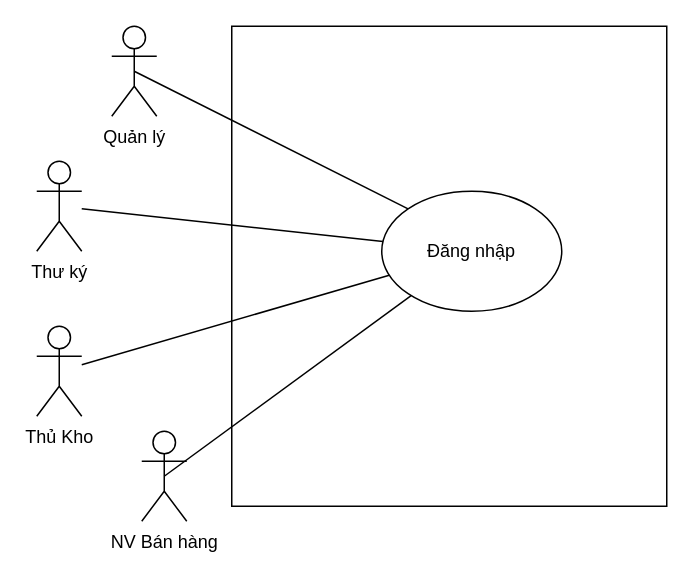
Above: Diagram/UseCase/DangNhap.drawio in TccKaiCi/PTTK_CuaHangGiay (draw.io), before the change. Source tidied: cells renumbered, new cells numbered last; positions are measured from the earlier drawing's top-left corner, leaving out a move shared by most shapes. Both pictures are drawn from the tidied source at 150%, with x=0, y=0 at pixel (36, 26).
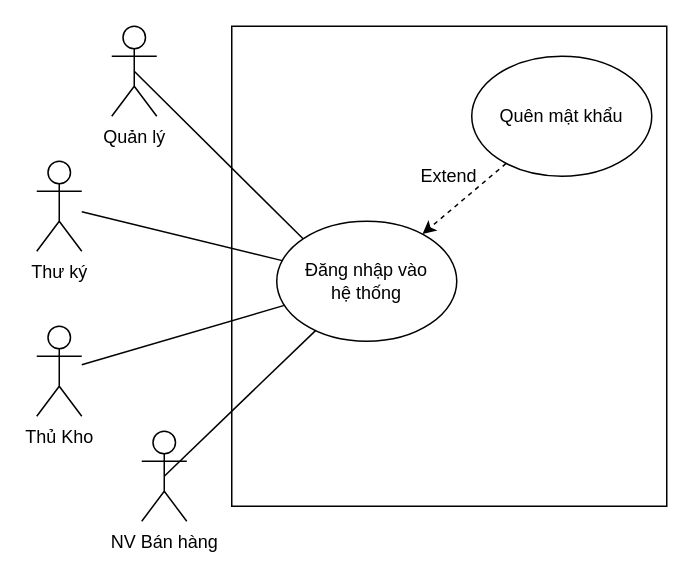
The same diagram, later.

Change to the diagram source:
```diff
@@
 <mxGraphModel>
   <root>
     <mxCell id="0" />
     <mxCell id="1" parent="0" />
     <mxCell id="2" style="rounded=0;whiteSpace=wrap;html=1;fillColor=none;" parent="1" vertex="1">
       <mxGeometry x="130" width="290" height="320" as="geometry" />
     </mxCell>
     <mxCell id="3" value="Quản lý" style="shape=umlActor;verticalLabelPosition=bottom;verticalAlign=top;html=1;outlineConnect=0;" parent="1" vertex="1">
       <mxGeometry x="50" width="30" height="60" as="geometry" />
     </mxCell>
     <mxCell id="4" value="Thư ký" style="shape=umlActor;verticalLabelPosition=bottom;verticalAlign=top;html=1;outlineConnect=0;" parent="1" vertex="1">
       <mxGeometry y="90" width="30" height="60" as="geometry" />
     </mxCell>
     <mxCell id="5" value="Thủ Kho" style="shape=umlActor;verticalLabelPosition=bottom;verticalAlign=top;html=1;outlineConnect=0;" parent="1" vertex="1">
       <mxGeometry y="200" width="30" height="60" as="geometry" />
     </mxCell>
     <mxCell id="6" value="NV Bán hàng" style="shape=umlActor;verticalLabelPosition=bottom;verticalAlign=top;html=1;outlineConnect=0;" parent="1" vertex="1">
       <mxGeometry x="70" y="270" width="30" height="60" as="geometry" />
     </mxCell>
-    <mxCell id="7" value="Đăng nhập" style="ellipse;whiteSpace=wrap;html=1;" parent="1" vertex="1">
-      <mxGeometry x="230" y="110" width="120" height="80" as="geometry" />
+    <mxCell id="7" value="Đăng nhập vào&lt;br&gt;hệ thống" style="ellipse;whiteSpace=wrap;html=1;" parent="1" vertex="1">
+      <mxGeometry x="160" y="130" width="120" height="80" as="geometry" />
     </mxCell>
     <mxCell id="8" style="endArrow=none;html=1;exitX=0.5;exitY=0.5;exitDx=0;exitDy=0;exitPerimeter=0;entryX=0;entryY=0;entryDx=0;entryDy=0;" parent="1" edge="1" source="3" target="7">
       <mxGeometry relative="1" as="geometry" />
     </mxCell>
     <mxCell id="9" style="endArrow=none;html=1;" parent="1" edge="1" source="4" target="7">
       <mxGeometry relative="1" as="geometry" />
     </mxCell>
     <mxCell id="10" style="endArrow=none;html=1;" parent="1" edge="1" source="5" target="7">
       <mxGeometry relative="1" as="geometry" />
     </mxCell>
     <mxCell id="11" style="endArrow=none;html=1;exitX=0.5;exitY=0.5;exitDx=0;exitDy=0;exitPerimeter=0;" parent="1" edge="1" source="6" target="7">
       <mxGeometry relative="1" as="geometry" />
     </mxCell>
+    <mxCell id="12" value="Quên mật khẩu" style="ellipse;whiteSpace=wrap;html=1;" parent="1" vertex="1">
+      <mxGeometry x="290" y="20" width="120" height="80" as="geometry" />
+    </mxCell>
+    <mxCell id="13" style="endArrow=classic;html=1;dashed=1;" parent="1" edge="1" source="12" target="7">
+      <mxGeometry relative="1" as="geometry" />
+    </mxCell>
+    <mxCell id="14" value="Extend" style="text;html=1;strokeColor=none;fillColor=none;align=center;verticalAlign=middle;whiteSpace=wrap;rounded=0;" parent="1" vertex="1">
+      <mxGeometry x="255" y="90" width="40" height="20" as="geometry" />
+    </mxCell>
   </root>
 </mxGraphModel>
```
